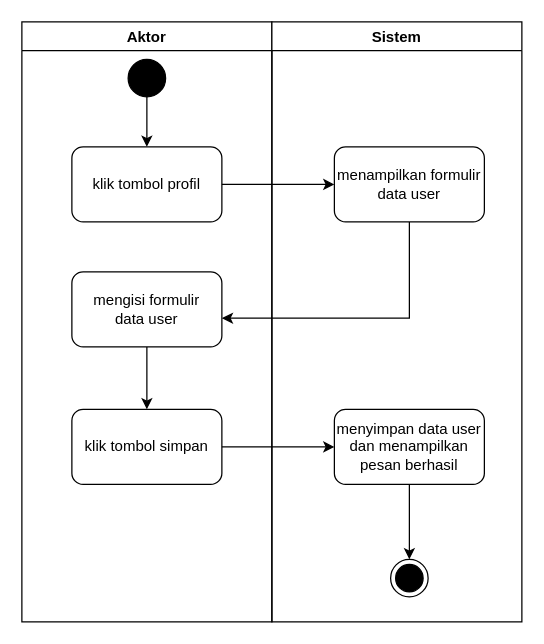
Before: tambah data activity Diagram.drawio in ratihpn99/tokoonline, a draw.io diagram. Source tidied: cells renumbered, new cells numbered last; positions are measured from the earlier drawing's top-left corner, leaving out a move shared by most shapes. Both pictures are drawn from the tidied source at 125%, with x=0, y=0 at pixel (21, 21).
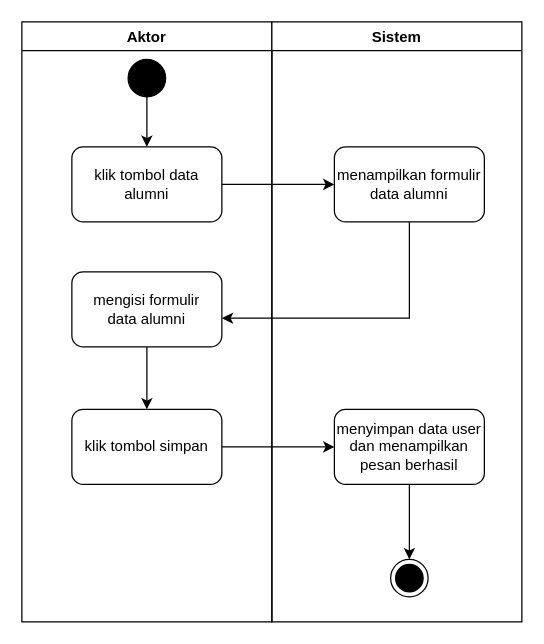
The same page after the edit.

Change to the diagram source:
```diff
@@
 <mxGraphModel>
   <root>
     <mxCell id="0" />
     <mxCell id="1" parent="0" />
     <mxCell id="2" value="Aktor" style="swimlane;" parent="1" vertex="1">
       <mxGeometry width="200" height="480" as="geometry" />
     </mxCell>
     <mxCell id="3" style="edgeStyle=orthogonalEdgeStyle;rounded=0;jettySize=auto;html=1;" parent="2" edge="1" source="4" target="5">
       <mxGeometry relative="1" as="geometry" />
     </mxCell>
     <mxCell id="4" style="ellipse;whiteSpace=wrap;html=1;fillColor=#000000;" parent="2" vertex="1">
       <mxGeometry x="85" y="30" width="30" height="30" as="geometry" />
     </mxCell>
-    <mxCell id="5" value="klik tombol profil" style="rounded=1;whiteSpace=wrap;html=1;" parent="2" vertex="1">
+    <mxCell id="5" value="klik tombol data alumni" style="rounded=1;whiteSpace=wrap;html=1;" parent="2" vertex="1">
       <mxGeometry x="40" y="100" width="120" height="60" as="geometry" />
     </mxCell>
     <mxCell id="6" style="edgeStyle=orthogonalEdgeStyle;rounded=0;jettySize=auto;html=1;" parent="2" edge="1" source="7" target="8">
       <mxGeometry relative="1" as="geometry" />
     </mxCell>
-    <mxCell id="7" value="mengisi formulir&lt;br&gt;data user" style="rounded=1;whiteSpace=wrap;html=1;" parent="2" vertex="1">
+    <mxCell id="7" value="mengisi formulir&lt;br&gt;data alumni" style="rounded=1;whiteSpace=wrap;html=1;" parent="2" vertex="1">
       <mxGeometry x="40" y="200" width="120" height="60" as="geometry" />
     </mxCell>
     <mxCell id="8" value="klik tombol simpan" style="rounded=1;whiteSpace=wrap;html=1;" parent="2" vertex="1">
       <mxGeometry x="40" y="310" width="120" height="60" as="geometry" />
     </mxCell>
     <mxCell id="9" value="Sistem" style="swimlane;" parent="1" vertex="1">
       <mxGeometry x="200" width="200" height="480" as="geometry" />
     </mxCell>
-    <mxCell id="10" value="menampilkan formulir&lt;br&gt;data user" style="rounded=1;whiteSpace=wrap;html=1;" parent="9" vertex="1">
+    <mxCell id="10" value="menampilkan formulir&lt;br&gt;data alumni" style="rounded=1;whiteSpace=wrap;html=1;" parent="9" vertex="1">
       <mxGeometry x="50" y="100" width="120" height="60" as="geometry" />
     </mxCell>
     <mxCell id="11" style="edgeStyle=orthogonalEdgeStyle;rounded=0;jettySize=auto;html=1;" parent="9" edge="1" source="12" target="13">
       <mxGeometry relative="1" as="geometry" />
     </mxCell>
     <mxCell id="12" value="menyimpan data user dan menampilkan pesan berhasil" style="rounded=1;whiteSpace=wrap;html=1;" parent="9" vertex="1">
       <mxGeometry x="50" y="310" width="120" height="60" as="geometry" />
     </mxCell>
     <mxCell id="13" style="ellipse;html=1;shape=endState;fillColor=#000000;strokeColor=#000000;" parent="9" vertex="1">
       <mxGeometry x="95" y="430" width="30" height="30" as="geometry" />
     </mxCell>
     <mxCell id="14" style="edgeStyle=orthogonalEdgeStyle;rounded=0;jettySize=auto;html=1;" parent="1" edge="1" source="5" target="10">
       <mxGeometry relative="1" as="geometry" />
     </mxCell>
     <mxCell id="15" style="edgeStyle=orthogonalEdgeStyle;rounded=0;jettySize=auto;html=1;entryX=1;entryY=0.617;entryDx=0;entryDy=0;entryPerimeter=0;" parent="1" edge="1" source="10" target="7">
       <mxGeometry relative="1" as="geometry">
         <Array as="points">
           <mxPoint x="310" y="237" />
         </Array>
       </mxGeometry>
     </mxCell>
     <mxCell id="16" style="edgeStyle=orthogonalEdgeStyle;rounded=0;jettySize=auto;html=1;" parent="1" edge="1" source="8" target="12">
       <mxGeometry relative="1" as="geometry" />
     </mxCell>
   </root>
 </mxGraphModel>
```
